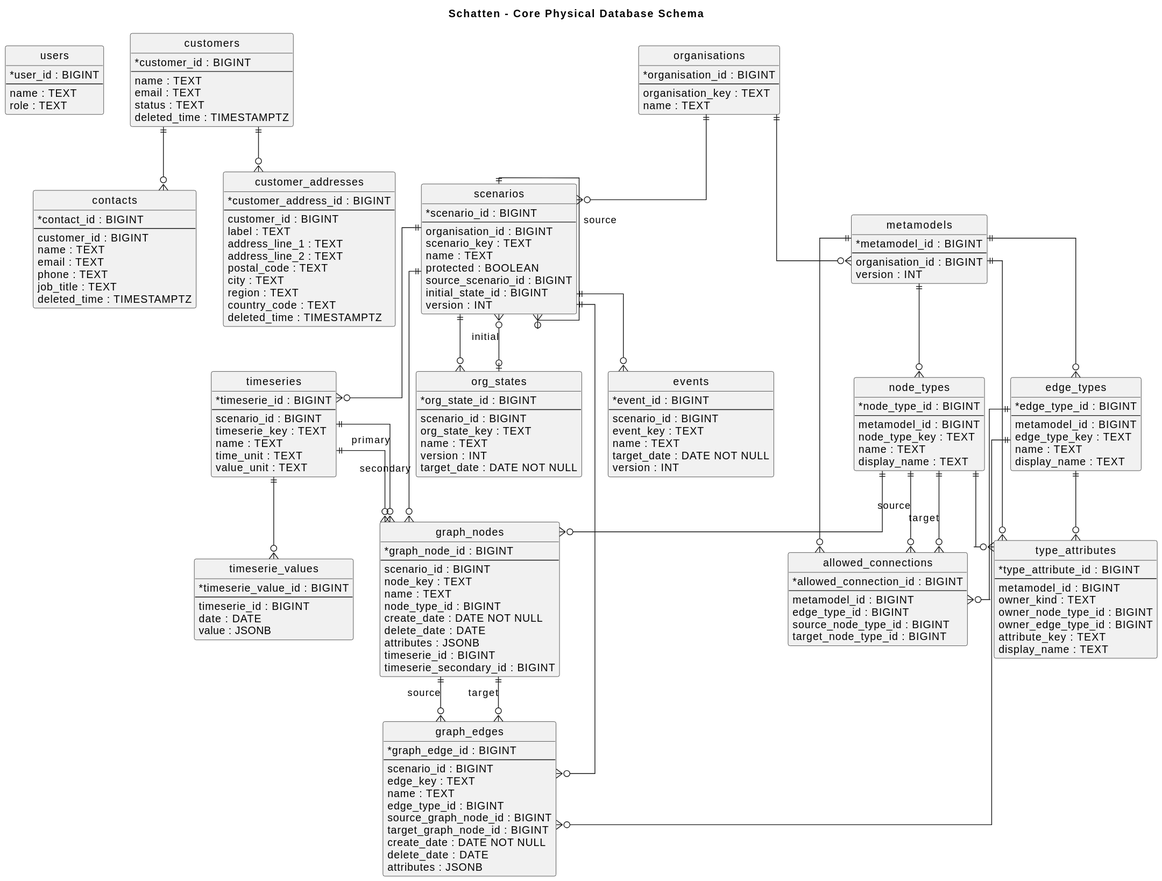
Before: docs/diagrams/generated/db-physical-schema.svg, a diagram exported from PlantUML (lupaus-eu/shadow).
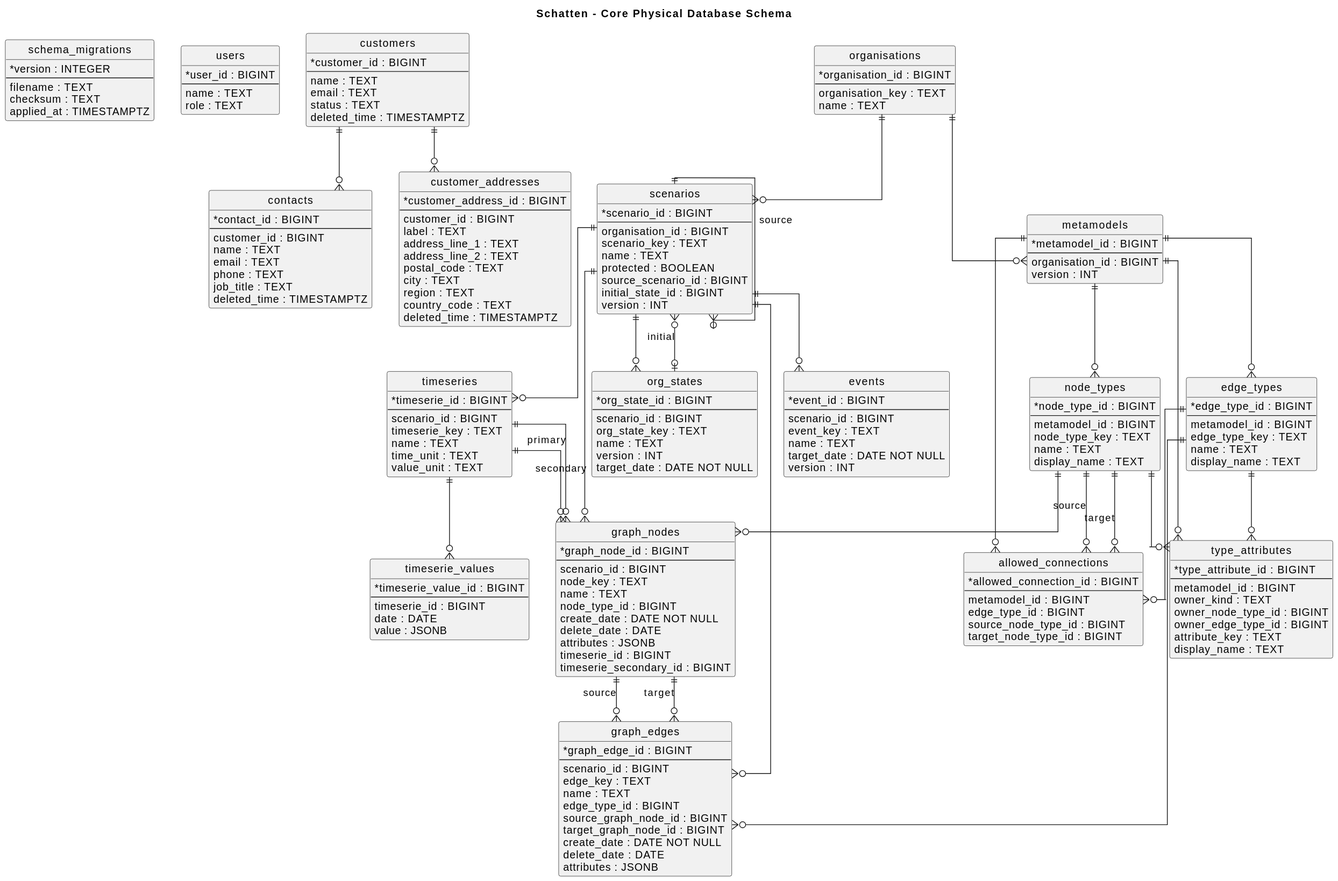
Above is the later version.

Change to the diagram source:
```diff
@@ -4,6 +4,14 @@
 hide circle
 skinparam linetype ortho
 skinparam classAttributeIconSize 0
+
+entity "schema_migrations" as schema_migrations {
+  * version : INTEGER
+  --
+  filename : TEXT
+  checksum : TEXT
+  applied_at : TIMESTAMPTZ
+}
 
 entity "users" as users {
   * user_id : BIGINT
```
